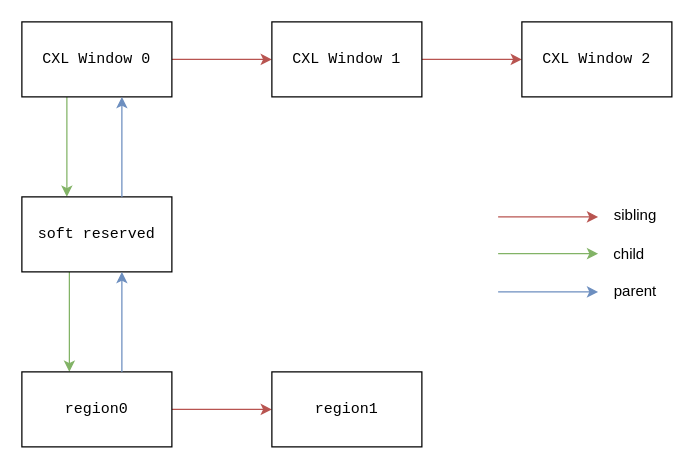
Earlier version of the draw.io diagram docs/source/img-src/iomem_resource.drawio (computexpresslink/cxl-rtd). Source tidied: cells renumbered, new cells numbered last; positions are measured from the earlier drawing's top-left corner, leaving out a move shared by most shapes. Both pictures are drawn from the tidied source at 125%, with x=0, y=0 at pixel (21, 21).
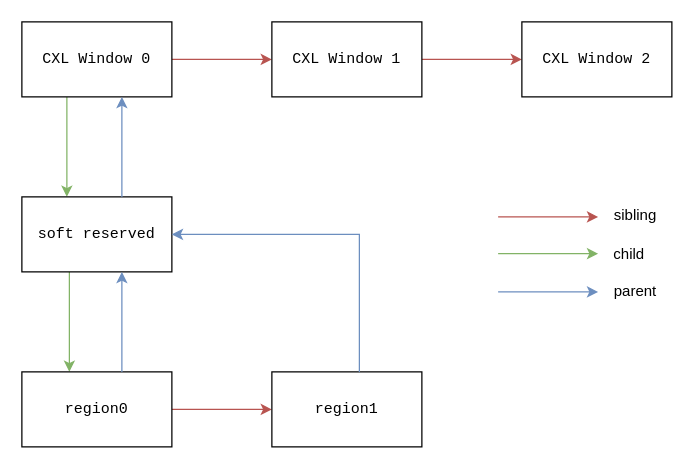
The same diagram, later.

Unchanged cells that the change refers to:
```xml
<mxCell id="9" value="&lt;pre&gt;soft reserved&lt;/pre&gt;" style="rounded=0;whiteSpace=wrap;html=1;" parent="1" vertex="1">
  <mxGeometry y="140" width="120" height="60" as="geometry" />
</mxCell>
```

The edit, as a diff of the source:
```diff
@@
+    <mxCell id="21" style="endArrow=classic;html=1;rounded=0;exitX=0.5;exitY=0;exitDx=0;exitDy=0;entryX=1;entryY=0.5;entryDx=0;entryDy=0;fillColor=#dae8fc;strokeColor=#6c8ebf;" parent="1" edge="1" target="9">
+      <mxGeometry relative="1" as="geometry">
+        <mxPoint x="270" y="280" as="sourcePoint" />
+        <Array as="points">
+          <mxPoint x="270" y="170" />
+        </Array>
+      </mxGeometry>
+    </mxCell>
```
